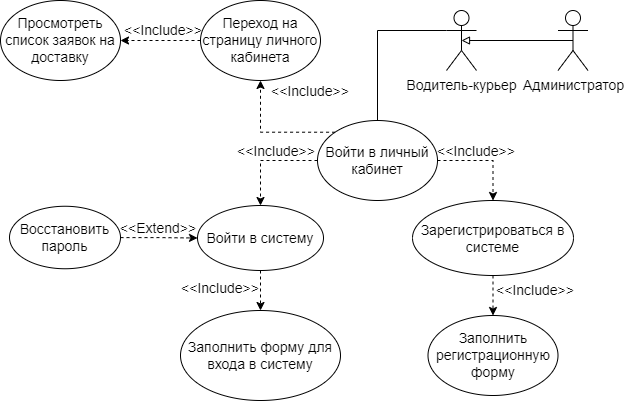
Before: Diagrams/Диаграмма прецедентов (Use-case diagram)/Use Case-Водитель-курьер.drawio.png, a diagram exported from draw.io (plnppt/Programming-technologies-project). Source tidied: cells renumbered, new cells last; positions are measured from the earlier drawing's top-left corner, leaving out a move shared by most shapes.
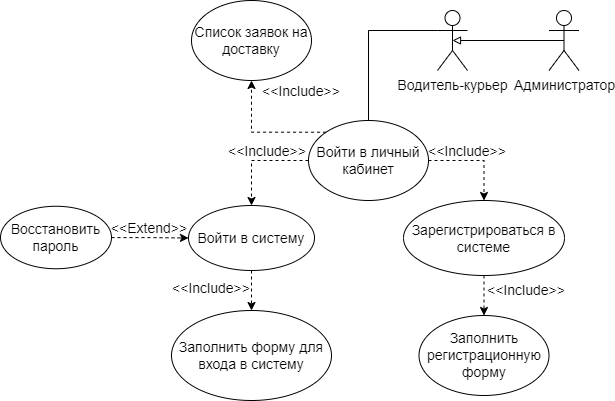
The same file after the commit.

Change to the diagram source:
```diff
@@ -47,19 +47,13 @@
     <mxCell id="16" value="&amp;lt;&amp;lt;Include&amp;gt;&amp;gt;" style="text;html=1;strokeColor=none;fillColor=none;align=center;verticalAlign=middle;whiteSpace=wrap;rounded=0;fontSize=14;" parent="1" vertex="1">
       <mxGeometry x="505" y="275" width="60" height="30" as="geometry" />
     </mxCell>
-    <mxCell id="17" style="edgeStyle=orthogonalEdgeStyle;rounded=0;jettySize=auto;html=1;exitX=0;exitY=0;exitDx=0;exitDy=0;entryX=0.5;entryY=1;entryDx=0;entryDy=0;fontSize=14;startArrow=none;startFill=0;endArrow=classic;endFill=1;dashed=1;" parent="1" edge="1" target="19">
+    <mxCell id="17" style="edgeStyle=orthogonalEdgeStyle;rounded=0;jettySize=auto;html=1;exitX=0;exitY=0;exitDx=0;exitDy=0;entryX=0.5;entryY=1;entryDx=0;entryDy=0;fontSize=14;startArrow=none;startFill=0;endArrow=classic;endFill=1;dashed=1;" parent="1" edge="1" target="20">
       <mxGeometry relative="1" as="geometry">
         <mxPoint x="334.6" y="131.7" as="sourcePoint" />
       </mxGeometry>
     </mxCell>
-    <mxCell id="18" style="edgeStyle=orthogonalEdgeStyle;rounded=0;jettySize=auto;html=1;exitX=0;exitY=0.5;exitDx=0;exitDy=0;entryX=1;entryY=0.5;entryDx=0;entryDy=0;dashed=1;fontSize=14;startArrow=none;startFill=0;endArrow=classic;endFill=1;" parent="1" edge="1" source="19" target="20">
-      <mxGeometry relative="1" as="geometry" />
-    </mxCell>
-    <mxCell id="19" value="Переход на страницу личного кабинета" style="ellipse;whiteSpace=wrap;html=1;fontSize=14;" parent="1" vertex="1">
-      <mxGeometry x="200" width="120" height="80" as="geometry" />
-    </mxCell>
-    <mxCell id="20" value="Просмотреть список заявок на доставку" style="ellipse;whiteSpace=wrap;html=1;fontSize=14;" parent="1" vertex="1">
-      <mxGeometry width="120" height="80" as="geometry" />
+    <mxCell id="20" value="Список заявок на доставку" style="ellipse;whiteSpace=wrap;html=1;fontSize=14;" parent="1" vertex="1">
+      <mxGeometry x="200" width="120" height="80" as="geometry" />
     </mxCell>
     <mxCell id="21" value="&amp;lt;&amp;lt;Include&amp;gt;&amp;gt;" style="text;html=1;strokeColor=none;fillColor=none;align=center;verticalAlign=middle;whiteSpace=wrap;rounded=0;fontSize=14;" parent="1" vertex="1">
       <mxGeometry x="280" y="76" width="60" height="30" as="geometry" />
@@ -70,9 +64,6 @@
     <mxCell id="23" value="Администратор" style="shape=umlActor;verticalLabelPosition=bottom;verticalAlign=top;html=1;outlineConnect=0;fontSize=14;" parent="1" vertex="1">
       <mxGeometry x="557.5" y="10" width="30" height="60" as="geometry" />
     </mxCell>
-    <mxCell id="24" value="&amp;lt;&amp;lt;Include&amp;gt;&amp;gt;" style="text;html=1;strokeColor=none;fillColor=none;align=center;verticalAlign=middle;whiteSpace=wrap;rounded=0;fontSize=14;" parent="1" vertex="1">
-      <mxGeometry x="133" y="15" width="60" height="30" as="geometry" />
-    </mxCell>
     <mxCell id="25" style="edgeStyle=orthogonalEdgeStyle;rounded=0;jettySize=auto;html=1;entryX=0;entryY=0.5;entryDx=0;entryDy=0;fontSize=14;startArrow=none;startFill=0;endArrow=classic;endFill=1;dashed=1;" parent="1" edge="1" source="26">
       <mxGeometry relative="1" as="geometry">
         <mxPoint x="197" y="237.5" as="targetPoint" />
```
